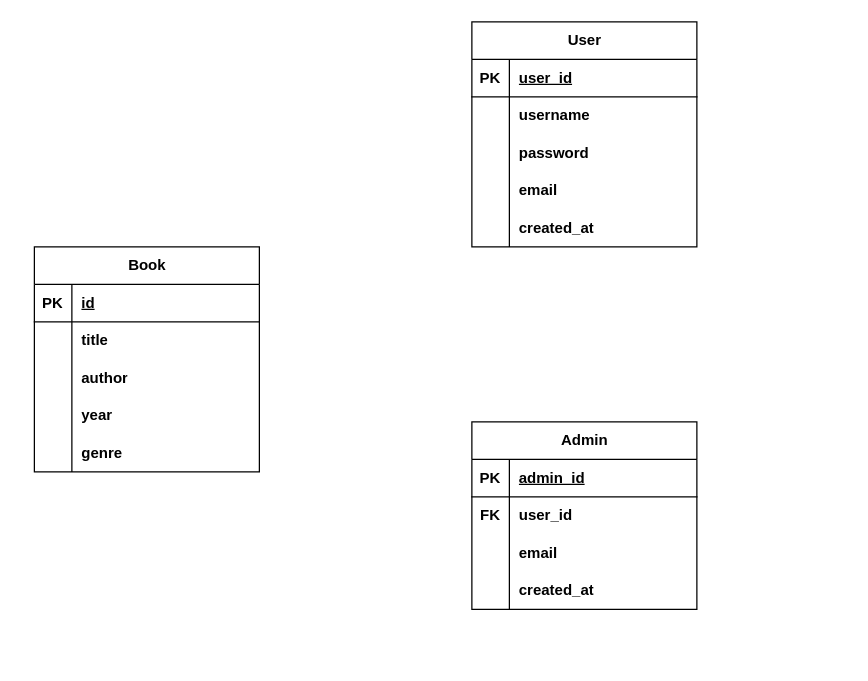
Earlier version of the draw.io diagram ER図.drawio (SuLeiMin/NewLibrarySystem). Source tidied: cells renumbered, new cells numbered last; positions are measured from the earlier drawing's top-left corner, leaving out a move shared by most shapes. Both pictures are drawn from the tidied source at 125%, with x=0, y=0 at pixel (34, 21).
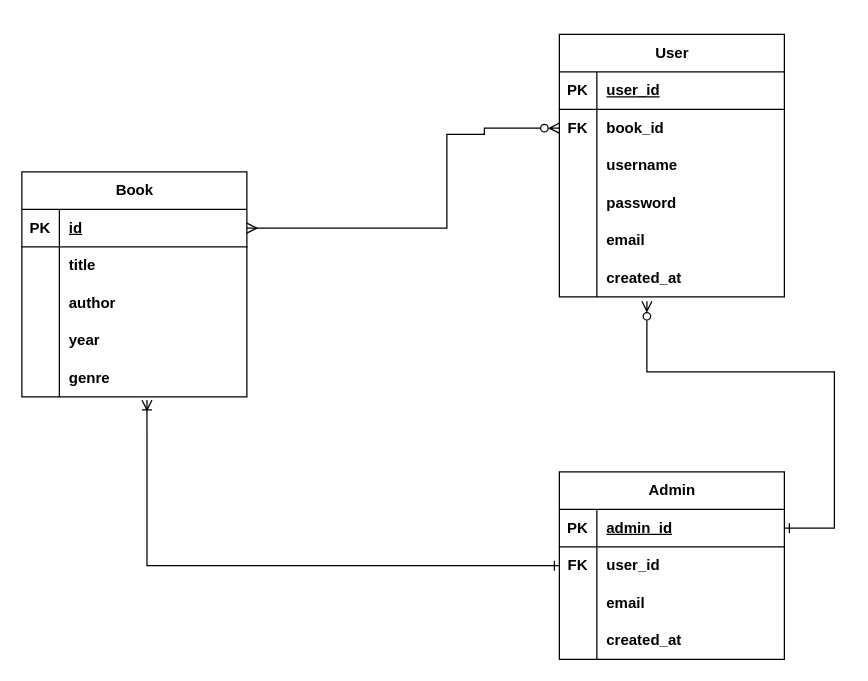
After the change.

The change refers to these unchanged cells:
```xml
<mxCell id="15" style="shape=tableRow;horizontal=0;startSize=0;swimlaneHead=0;swimlaneBody=0;fillColor=none;points=[[0,0.5],[1,0.5]];portConstraint=eastwest;top=0;left=0;right=0;bottom=0;" parent="2" vertex="1">
  <mxGeometry y="150" width="180" height="30" as="geometry" />
</mxCell>
<mxCell id="22" style="shape=tableRow;horizontal=0;startSize=0;swimlaneHead=0;swimlaneBody=0;fillColor=none;points=[[0,0.5],[1,0.5]];portConstraint=eastwest;top=0;left=0;right=0;bottom=0;" parent="18" vertex="1">
  <mxGeometry y="60" width="180" height="30" as="geometry" />
</mxCell>
<mxCell id="35" style="shape=tableRow;horizontal=0;startSize=0;swimlaneHead=0;swimlaneBody=0;fillColor=none;points=[[0,0.5],[1,0.5]];portConstraint=eastwest;top=0;left=0;right=0;bottom=1;" parent="34" vertex="1">
  <mxGeometry y="30" width="180" height="30" as="geometry" />
</mxCell>
<mxCell id="38" style="shape=tableRow;horizontal=0;startSize=0;swimlaneHead=0;swimlaneBody=0;fillColor=none;points=[[0,0.5],[1,0.5]];portConstraint=eastwest;top=0;left=0;right=0;bottom=0;" parent="34" vertex="1">
  <mxGeometry y="60" width="180" height="30" as="geometry" />
</mxCell>
```

Diff of the diagram source:
```diff
@@
     <mxCell id="2" value="Book" style="shape=table;startSize=30;childLayout=tableLayout;rowLines=0;fontStyle=1;align=center;html=1;" parent="1" vertex="1">
-      <mxGeometry y="180" width="180" height="180" as="geometry" />
+      <mxGeometry x="-10" y="120" width="180" height="180" as="geometry" />
     </mxCell>
@@
     <mxCell id="18" value="User" style="shape=table;startSize=30;childLayout=tableLayout;rowLines=0;fontStyle=1;align=center;html=1;" parent="1" vertex="1">
-      <mxGeometry x="350" width="180" height="180" as="geometry" />
+      <mxGeometry x="420" y="10" width="180" height="210" as="geometry" />
     </mxCell>
@@
+    <mxCell id="47" value="FK" style="shape=partialRectangle;fillColor=none;top=0;left=0;bottom=0;right=0;overflow=hidden;whiteSpace=wrap;html=1;fontStyle=1;" parent="22" vertex="1">
+      <mxGeometry width="30" height="30" as="geometry" />
+    </mxCell>
+    <mxCell id="48" value="book_id" style="shape=partialRectangle;fillColor=none;top=0;left=0;bottom=0;right=0;align=left;spacingLeft=6;overflow=hidden;whiteSpace=wrap;html=1;fontStyle=1;" parent="22" vertex="1">
+      <mxGeometry x="30" width="150" height="30" as="geometry" />
+    </mxCell>
+    <mxCell id="49" style="shape=tableRow;horizontal=0;startSize=0;swimlaneHead=0;swimlaneBody=0;fillColor=none;top=0;left=0;right=0;bottom=0;" parent="18" vertex="1">
+      <mxGeometry y="90" width="180" height="30" as="geometry" />
+    </mxCell>
-    <mxCell id="23" style="shape=partialRectangle;fillColor=none;top=0;left=0;bottom=0;right=0;overflow=hidden;whiteSpace=wrap;html=1;" parent="22" vertex="1">
+    <mxCell id="23" style="shape=partialRectangle;fillColor=none;top=0;left=0;bottom=0;right=0;overflow=hidden;whiteSpace=wrap;html=1;" parent="49" vertex="1">
       <mxGeometry width="30" height="30" as="geometry" />
     </mxCell>
-    <mxCell id="24" value="username" style="shape=partialRectangle;fillColor=none;top=0;left=0;bottom=0;right=0;align=left;spacingLeft=6;overflow=hidden;whiteSpace=wrap;html=1;fontStyle=1;" parent="22" vertex="1">
+    <mxCell id="24" value="username" style="shape=partialRectangle;fillColor=none;top=0;left=0;bottom=0;right=0;align=left;spacingLeft=6;overflow=hidden;whiteSpace=wrap;html=1;fontStyle=1;" parent="49" vertex="1">
       <mxGeometry x="30" width="150" height="30" as="geometry" />
     </mxCell>
     <mxCell id="25" style="shape=tableRow;horizontal=0;startSize=0;swimlaneHead=0;swimlaneBody=0;fillColor=none;top=0;left=0;right=0;bottom=0;" parent="18" vertex="1">
-      <mxGeometry y="90" width="180" height="30" as="geometry" />
+      <mxGeometry y="120" width="180" height="30" as="geometry" />
     </mxCell>
@@
     <mxCell id="28" style="shape=tableRow;horizontal=0;startSize=0;swimlaneHead=0;swimlaneBody=0;fillColor=none;top=0;left=0;right=0;bottom=0;" parent="18" vertex="1">
-      <mxGeometry y="120" width="180" height="30" as="geometry" />
+      <mxGeometry y="150" width="180" height="30" as="geometry" />
     </mxCell>
@@
     <mxCell id="31" style="shape=tableRow;horizontal=0;startSize=0;swimlaneHead=0;swimlaneBody=0;fillColor=none;points=[[0,0.5],[1,0.5]];portConstraint=eastwest;top=0;left=0;right=0;bottom=0;" parent="18" vertex="1">
-      <mxGeometry y="150" width="180" height="30" as="geometry" />
+      <mxGeometry y="180" width="180" height="30" as="geometry" />
     </mxCell>
@@
+    <mxCell id="50" style="edgeStyle=orthogonalEdgeStyle;rounded=0;jettySize=auto;html=1;endArrow=ERzeroToMany;startFill=0;endFill=0;startArrow=ERone;entryX=0.389;entryY=1.117;entryDx=0;entryDy=0;entryPerimeter=0;exitX=1;exitY=0.5;exitDx=0;exitDy=0;" parent="1" edge="1" source="35" target="31">
+      <mxGeometry relative="1" as="geometry">
+        <Array as="points">
+          <mxPoint x="640" y="405" />
+          <mxPoint x="640" y="280" />
+          <mxPoint x="490" y="280" />
+        </Array>
+      </mxGeometry>
+    </mxCell>
     <mxCell id="34" value="Admin" style="shape=table;startSize=30;childLayout=tableLayout;rowLines=0;fontStyle=1;align=center;html=1;" parent="1" vertex="1">
-      <mxGeometry x="350" y="320" width="180" height="150" as="geometry" />
+      <mxGeometry x="420" y="360" width="180" height="150" as="geometry" />
     </mxCell>
@@
+    <mxCell id="51" style="edgeStyle=orthogonalEdgeStyle;rounded=0;jettySize=auto;html=1;endArrow=ERmany;startFill=0;startArrow=ERzeroToMany;endFill=0;exitX=0;exitY=0.5;exitDx=0;exitDy=0;" parent="1" edge="1" source="22">
+      <mxGeometry relative="1" as="geometry">
+        <mxPoint x="170" y="165" as="targetPoint" />
+        <Array as="points">
+          <mxPoint x="360" y="85" />
+          <mxPoint x="360" y="90" />
+          <mxPoint x="330" y="90" />
+          <mxPoint x="330" y="165" />
+        </Array>
+      </mxGeometry>
+    </mxCell>
+    <mxCell id="52" style="edgeStyle=orthogonalEdgeStyle;rounded=0;jettySize=auto;html=1;exitX=0;exitY=0.5;exitDx=0;exitDy=0;startArrow=ERone;startFill=0;endArrow=ERoneToMany;endFill=0;entryX=0.556;entryY=1.083;entryDx=0;entryDy=0;entryPerimeter=0;" parent="1" edge="1" source="38" target="15">
+      <mxGeometry relative="1" as="geometry">
+        <Array as="points">
+          <mxPoint x="90" y="435" />
+        </Array>
+      </mxGeometry>
+    </mxCell>
```
